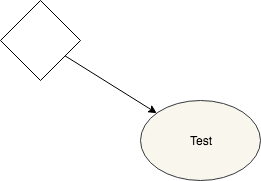
alderg/sandbox keeps this draw.io diagram as Untitled Diagram.png. Above is the earlier version. Source tidied: cells renumbered, new cells last; positions are measured from the earlier drawing's top-left corner, leaving out a move shared by most shapes.
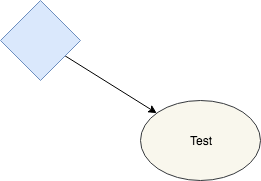
After the commit.

The edit, as a diff of the source:
```diff
@@ -5,7 +5,7 @@
     <mxCell id="2" style="edgeStyle=none;rounded=0;jumpStyle=arc;jumpSize=6;html=1;labelBackgroundColor=none;jettySize=auto;fontSize=12;" parent="1" edge="1" source="3" target="4">
       <mxGeometry relative="1" as="geometry" />
     </mxCell>
-    <mxCell id="3" style="rhombus;whiteSpace=wrap;html=1;" parent="1" vertex="1">
+    <mxCell id="3" style="rhombus;whiteSpace=wrap;html=1;fillColor=#dae8fc;strokeColor=#6c8ebf;" parent="1" vertex="1">
       <mxGeometry width="80" height="80" as="geometry" />
     </mxCell>
     <mxCell id="4" value="Test" style="ellipse;whiteSpace=wrap;html=1;fillColor=#f9f7ed;strokeColor=#36393d;" parent="1" vertex="1">
```
